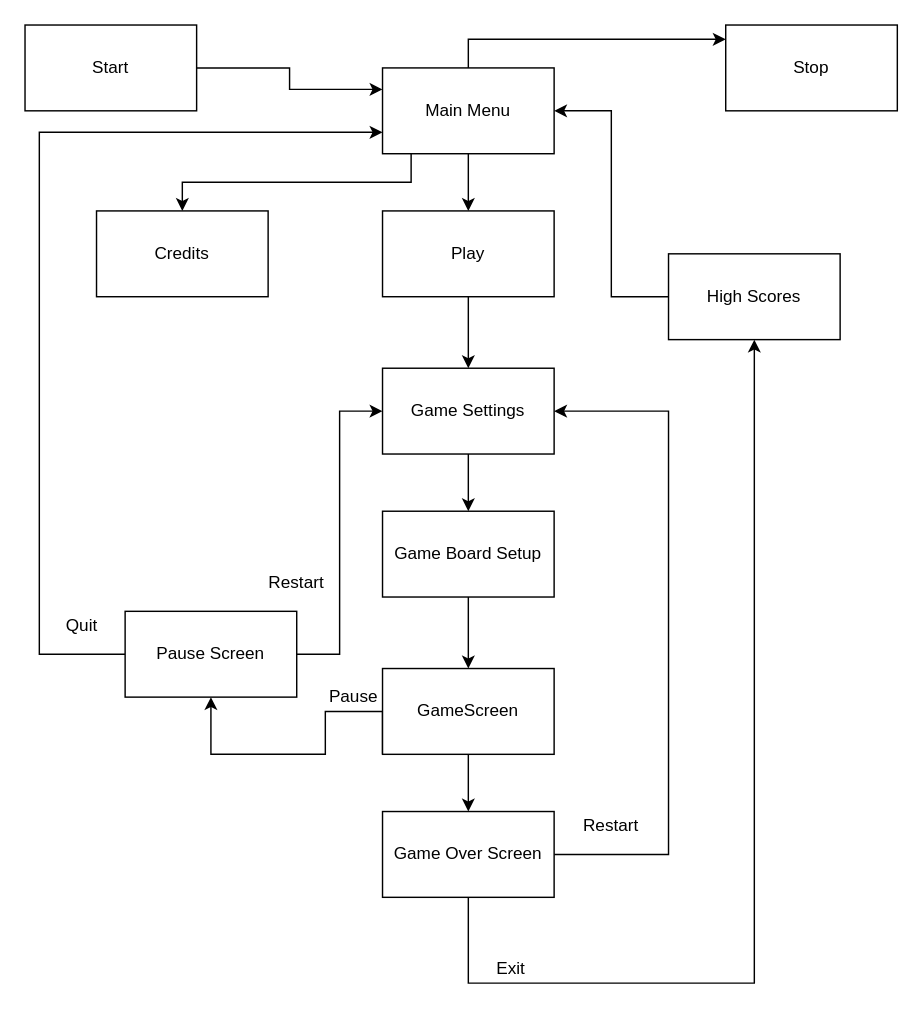
The draw.io diagram DP1Passtask3.drawio in LastMinuteBanter/DistinctionTaskUML, before the edit. Source tidied: cells renumbered, new cells numbered last; positions are measured from the earlier drawing's top-left corner, leaving out a move shared by most shapes. Both pictures are drawn from the tidied source at 143%, with x=0, y=0 at pixel (24, 24).
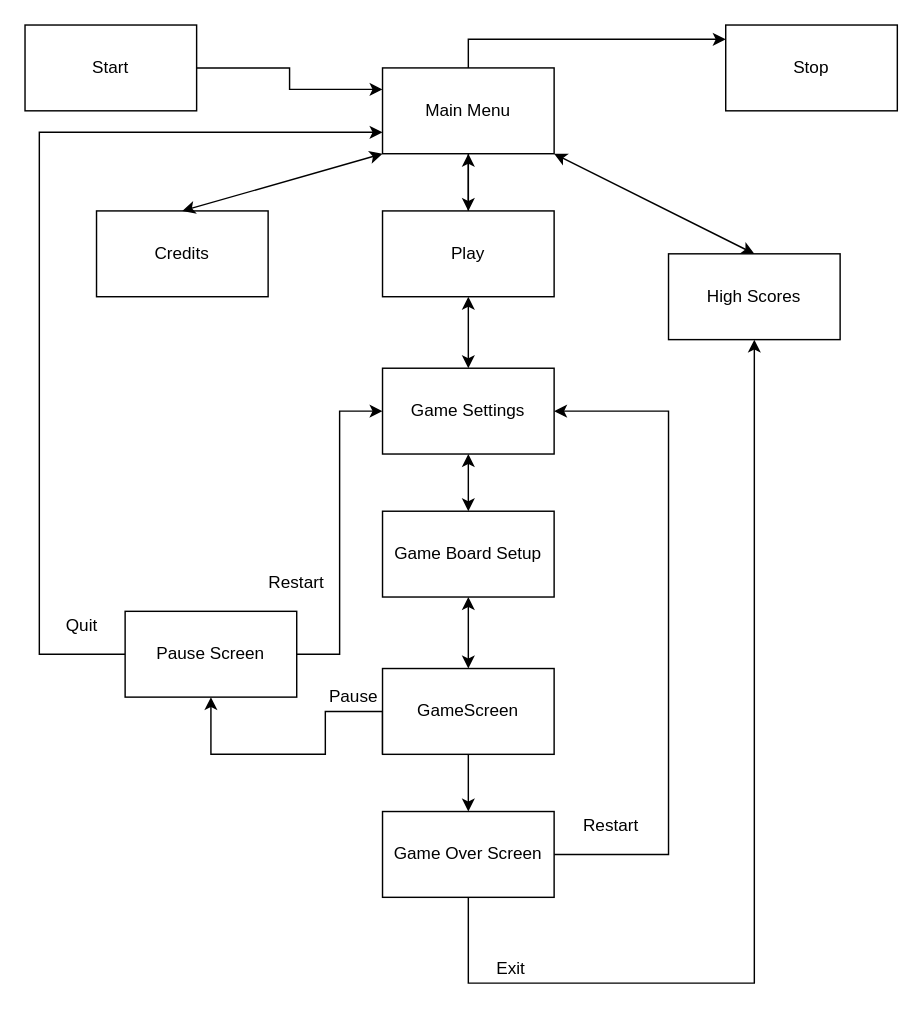
The same page after the edit.

The change refers to these unchanged cells:
```xml
<mxCell id="5" value="Main Menu" style="rounded=0;whiteSpace=wrap;html=1;" parent="1" vertex="1">
  <mxGeometry x="250" y="30" width="120" height="60" as="geometry" />
</mxCell>
<mxCell id="10" value="Game Settings" style="rounded=0;whiteSpace=wrap;html=1;" parent="1" vertex="1">
  <mxGeometry x="250" y="240" width="120" height="60" as="geometry" />
</mxCell>
<mxCell id="11" value="Credits" style="rounded=0;whiteSpace=wrap;html=1;" parent="1" vertex="1">
  <mxGeometry x="50" y="130" width="120" height="60" as="geometry" />
</mxCell>
<mxCell id="13" value="High Scores" style="rounded=0;whiteSpace=wrap;html=1;" parent="1" vertex="1">
  <mxGeometry x="450" y="160" width="120" height="60" as="geometry" />
</mxCell>
<mxCell id="15" value="Play" style="rounded=0;whiteSpace=wrap;html=1;" parent="1" vertex="1">
  <mxGeometry x="250" y="130" width="120" height="60" as="geometry" />
</mxCell>
<mxCell id="17" value="Game Board Setup" style="rounded=0;whiteSpace=wrap;html=1;" parent="1" vertex="1">
  <mxGeometry x="250" y="340" width="120" height="60" as="geometry" />
</mxCell>
<mxCell id="20" value="GameScreen" style="rounded=0;whiteSpace=wrap;html=1;" parent="1" vertex="1">
  <mxGeometry x="250" y="450" width="120" height="60" as="geometry" />
</mxCell>
```

The edit, as a diff of the source:
```diff
@@
-    <mxCell id="4" style="edgeStyle=orthogonalEdgeStyle;rounded=0;jettySize=auto;html=1;" parent="1" edge="1" source="5" target="11">
-      <mxGeometry relative="1" as="geometry">
-        <Array as="points">
-          <mxPoint x="270" y="110" />
-          <mxPoint x="110" y="110" />
-        </Array>
-      </mxGeometry>
-    </mxCell>
@@
-    <mxCell id="9" style="edgeStyle=orthogonalEdgeStyle;rounded=0;jettySize=auto;html=1;exitX=0.5;exitY=1;exitDx=0;exitDy=0;entryX=0.5;entryY=0;entryDx=0;entryDy=0;" parent="1" edge="1" source="10" target="17">
-      <mxGeometry relative="1" as="geometry" />
-    </mxCell>
@@
-    <mxCell id="12" style="edgeStyle=orthogonalEdgeStyle;rounded=0;jettySize=auto;html=1;entryX=1;entryY=0.5;entryDx=0;entryDy=0;" parent="1" edge="1" source="13" target="5">
-      <mxGeometry relative="1" as="geometry" />
-    </mxCell>
@@
-    <mxCell id="14" style="edgeStyle=orthogonalEdgeStyle;rounded=0;jettySize=auto;html=1;exitX=0.5;exitY=1;exitDx=0;exitDy=0;" parent="1" edge="1" source="15" target="10">
-      <mxGeometry relative="1" as="geometry" />
-    </mxCell>
+    <mxCell id="32" style="edgeStyle=orthogonalEdgeStyle;rounded=0;jettySize=auto;html=1;" parent="1" edge="1" source="15" target="5">
+      <mxGeometry relative="1" as="geometry" />
+    </mxCell>
@@
-    <mxCell id="16" style="edgeStyle=orthogonalEdgeStyle;rounded=0;jettySize=auto;html=1;exitX=0.5;exitY=1;exitDx=0;exitDy=0;entryX=0.5;entryY=0;entryDx=0;entryDy=0;" parent="1" edge="1" source="17" target="20">
-      <mxGeometry relative="1" as="geometry" />
-    </mxCell>
@@
+    <mxCell id="33" style="endArrow=classic;startArrow=classic;html=1;exitX=0.5;exitY=0;exitDx=0;exitDy=0;entryX=0;entryY=1;entryDx=0;entryDy=0;" parent="1" edge="1" source="11" target="5">
+      <mxGeometry relative="1" as="geometry" />
+    </mxCell>
+    <mxCell id="34" style="endArrow=classic;startArrow=classic;html=1;exitX=1;exitY=1;exitDx=0;exitDy=0;entryX=0.5;entryY=0;entryDx=0;entryDy=0;" parent="1" edge="1" source="5" target="13">
+      <mxGeometry relative="1" as="geometry" />
+    </mxCell>
+    <mxCell id="35" style="endArrow=classic;startArrow=classic;html=1;exitX=0.5;exitY=0;exitDx=0;exitDy=0;" parent="1" edge="1" source="10" target="15">
+      <mxGeometry relative="1" as="geometry" />
+    </mxCell>
+    <mxCell id="36" style="endArrow=classic;startArrow=classic;html=1;exitX=0.5;exitY=0;exitDx=0;exitDy=0;entryX=0.5;entryY=1;entryDx=0;entryDy=0;" parent="1" edge="1" source="17" target="10">
+      <mxGeometry relative="1" as="geometry" />
+    </mxCell>
+    <mxCell id="37" style="endArrow=classic;startArrow=classic;html=1;exitX=0.5;exitY=0;exitDx=0;exitDy=0;" parent="1" edge="1" source="20" target="17">
+      <mxGeometry relative="1" as="geometry" />
+    </mxCell>
```
